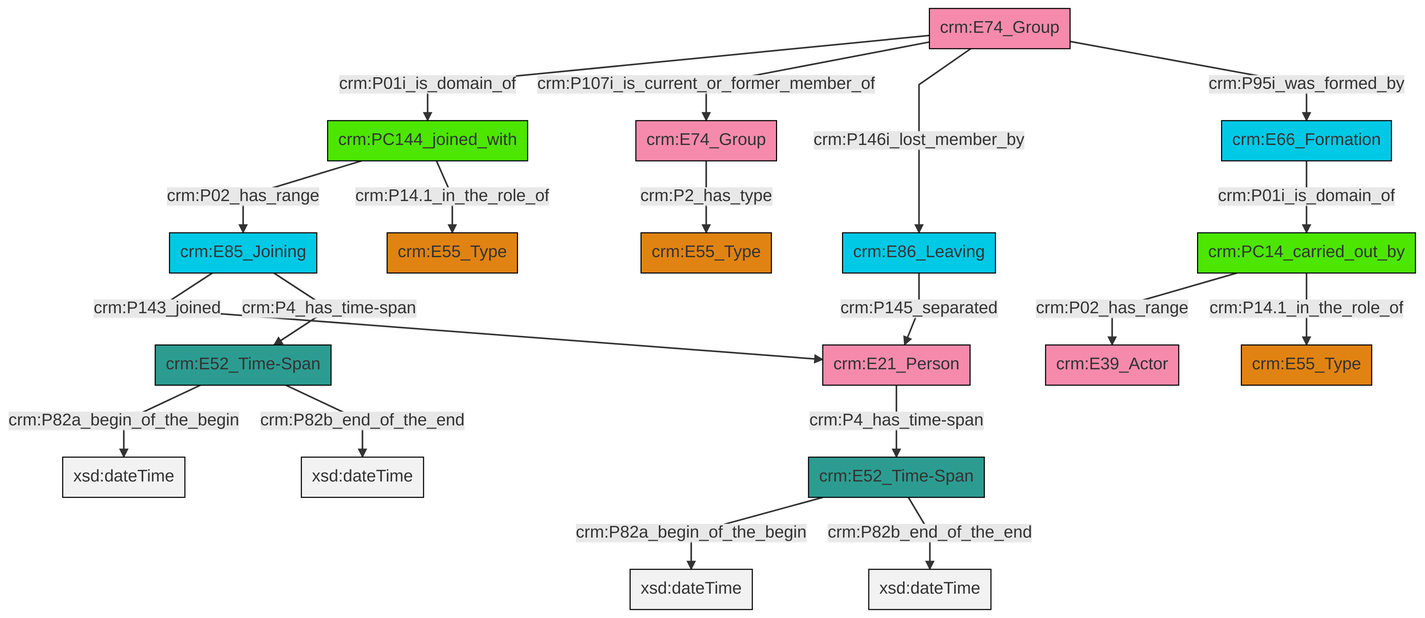
Above: et/groupCSV/ttl/mmd/png/group_actor_relations.png in swiss-art-research-net/docs.swissartresearch (Mermaid), before the change. Its source is kept beside it as et/groupCSV/ttl/mmd/group_actor_relations.ttl.mmd.
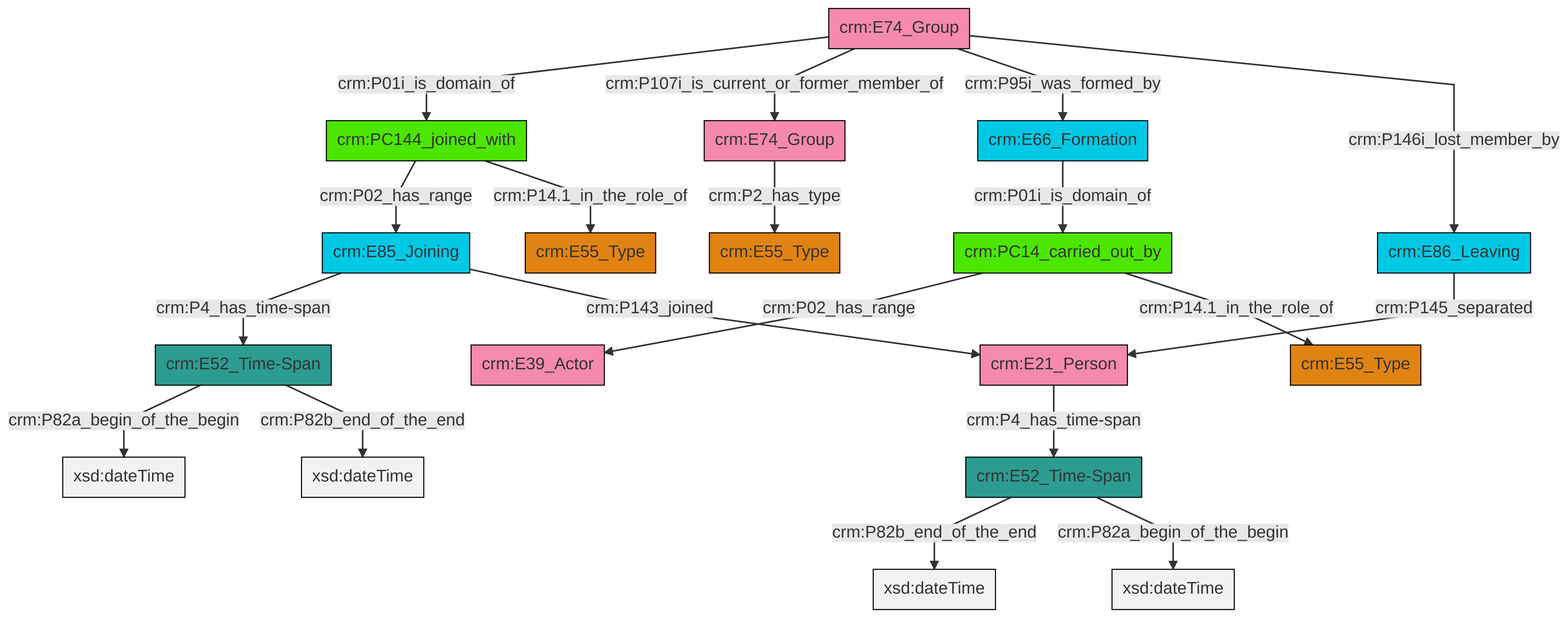
After the change.

Diff of the diagram source:
```diff
@@ -13,21 +13,21 @@
 classDef PC_Classes fill:#4ce600, stroke:#000000;
 classDef Multi fill:#cccccc,stroke:#000000;
 
-0["crm:E74_Group"]:::Actor -->|crm:P01i_is_domain_of| 1["crm:PC144_joined_with"]:::PC_Classes
-3["crm:E66_Formation"]:::Temporal_Entity -->|crm:P01i_is_domain_of| 4["crm:PC14_carried_out_by"]:::PC_Classes
-1["crm:PC144_joined_with"]:::PC_Classes -->|crm:P02_has_range| 5["crm:E85_Joining"]:::Temporal_Entity
-6["crm:E52_Time-Span"]:::Time-Span -->|crm:P82a_begin_of_the_begin| 7[xsd:dateTime]:::Literal
-5["crm:E85_Joining"]:::Temporal_Entity -->|crm:P143_joined| 8["crm:E21_Person"]:::Actor
-4["crm:PC14_carried_out_by"]:::PC_Classes -->|crm:P02_has_range| 10["crm:E39_Actor"]:::Actor
-5["crm:E85_Joining"]:::Temporal_Entity -->|crm:P4_has_time-span| 6["crm:E52_Time-Span"]:::Time-Span
-20["crm:E52_Time-Span"]:::Time-Span -->|crm:P82a_begin_of_the_begin| 21[xsd:dateTime]:::Literal
-6["crm:E52_Time-Span"]:::Time-Span -->|crm:P82b_end_of_the_end| 22[xsd:dateTime]:::Literal
-4["crm:PC14_carried_out_by"]:::PC_Classes -->|crm:P14.1_in_the_role_of| 17["crm:E55_Type"]:::Type
-13["crm:E74_Group"]:::Actor -->|crm:P2_has_type| 15["crm:E55_Type"]:::Type
-8["crm:E21_Person"]:::Actor -->|crm:P4_has_time-span| 20["crm:E52_Time-Span"]:::Time-Span
-23["crm:E86_Leaving"]:::Temporal_Entity -->|crm:P145_separated| 8["crm:E21_Person"]:::Actor
-20["crm:E52_Time-Span"]:::Time-Span -->|crm:P82b_end_of_the_end| 25[xsd:dateTime]:::Literal
-0["crm:E74_Group"]:::Actor -->|crm:P107i_is_current_or_former_member_of| 13["crm:E74_Group"]:::Actor
-0["crm:E74_Group"]:::Actor -->|crm:P146i_lost_member_by| 23["crm:E86_Leaving"]:::Temporal_Entity
-0["crm:E74_Group"]:::Actor -->|crm:P95i_was_formed_by| 3["crm:E66_Formation"]:::Temporal_Entity
-1["crm:PC144_joined_with"]:::PC_Classes -->|crm:P14.1_in_the_role_of| 11["crm:E55_Type"]:::Type
+2["crm:E52_Time-Span"]:::Time-Span -->|crm:P82a_begin_of_the_begin| 3[xsd:dateTime]:::Literal
+9["crm:PC14_carried_out_by"]:::PC_Classes -->|crm:P02_has_range| 10["crm:E39_Actor"]:::Actor
+9["crm:PC14_carried_out_by"]:::PC_Classes -->|crm:P14.1_in_the_role_of| 13["crm:E55_Type"]:::Type
+14["crm:E52_Time-Span"]:::Time-Span -->|crm:P82b_end_of_the_end| 15[xsd:dateTime]:::Literal
+0["crm:E74_Group"]:::Actor -->|crm:P01i_is_domain_of| 16["crm:PC144_joined_with"]:::PC_Classes
+0["crm:E74_Group"]:::Actor -->|crm:P107i_is_current_or_former_member_of| 20["crm:E74_Group"]:::Actor
+22["crm:E85_Joining"]:::Temporal_Entity -->|crm:P4_has_time-span| 2["crm:E52_Time-Span"]:::Time-Span
+14["crm:E52_Time-Span"]:::Time-Span -->|crm:P82a_begin_of_the_begin| 23[xsd:dateTime]:::Literal
+22["crm:E85_Joining"]:::Temporal_Entity -->|crm:P143_joined| 11["crm:E21_Person"]:::Actor
+28["crm:E86_Leaving"]:::Temporal_Entity -->|crm:P145_separated| 11["crm:E21_Person"]:::Actor
+16["crm:PC144_joined_with"]:::PC_Classes -->|crm:P02_has_range| 22["crm:E85_Joining"]:::Temporal_Entity
+0["crm:E74_Group"]:::Actor -->|crm:P95i_was_formed_by| 29["crm:E66_Formation"]:::Temporal_Entity
+16["crm:PC144_joined_with"]:::PC_Classes -->|crm:P14.1_in_the_role_of| 4["crm:E55_Type"]:::Type
+2["crm:E52_Time-Span"]:::Time-Span -->|crm:P82b_end_of_the_end| 31[xsd:dateTime]:::Literal
+11["crm:E21_Person"]:::Actor -->|crm:P4_has_time-span| 14["crm:E52_Time-Span"]:::Time-Span
+20["crm:E74_Group"]:::Actor -->|crm:P2_has_type| 6["crm:E55_Type"]:::Type
+0["crm:E74_Group"]:::Actor -->|crm:P146i_lost_member_by| 28["crm:E86_Leaving"]:::Temporal_Entity
+29["crm:E66_Formation"]:::Temporal_Entity -->|crm:P01i_is_domain_of| 9["crm:PC14_carried_out_by"]:::PC_Classes
```
